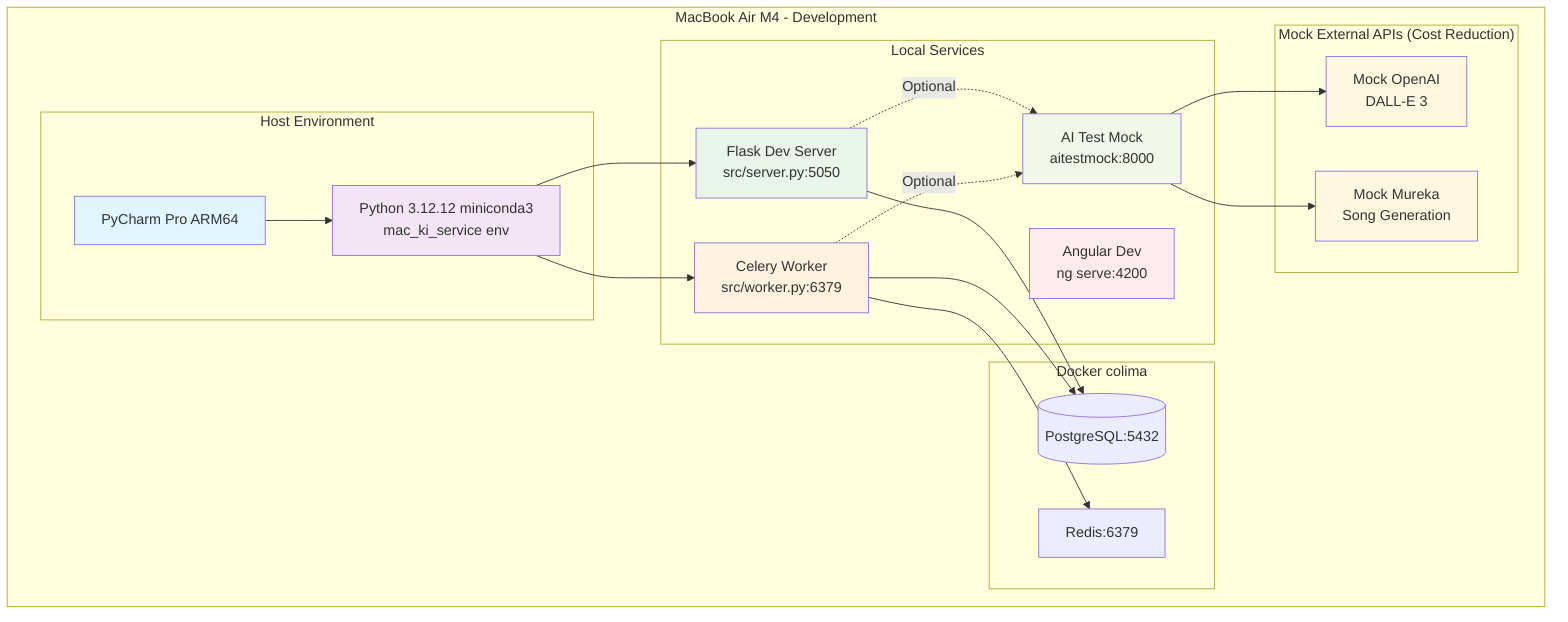
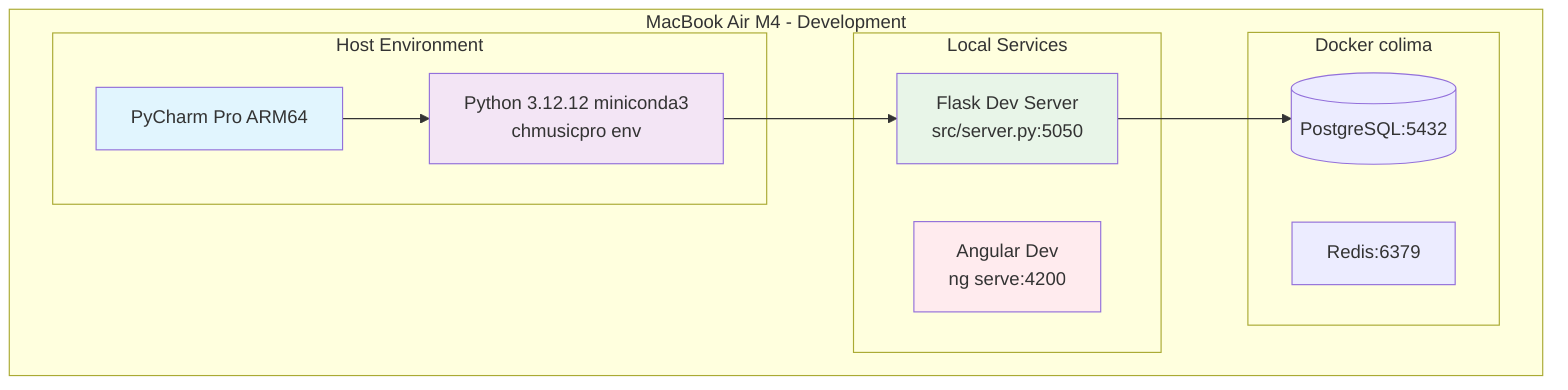
graph TB
    subgraph "MacBook Air M4 - Development"
        subgraph "Host Environment"
            PYCHARM[PyCharm Pro ARM64]
-             PYTHON[Python 3.12.12 miniconda3<br/>mac_ki_service env]
+             PYTHON[Python 3.12.12 miniconda3<br/>chmusicpro env]
        end

        subgraph "Docker colima"
            DEV_PG[(PostgreSQL:5432)]
            DEV_RD[Redis:6379]
        end

        subgraph "Local Services"
            FLASK[Flask Dev Server<br/>src/server.py:5050]
-             CELERY_DEV[Celery Worker<br/>src/worker.py:6379]
            ANGULAR[Angular Dev<br/>ng serve:4200]
-             MOCK[AI Test Mock<br/>aitestmock:8000]
-         end
- 
-         subgraph "Mock External APIs (Cost Reduction)"
-             MOCK_OPENAI[Mock OpenAI<br/>DALL-E 3]
-             MOCK_MUREKA[Mock Mureka<br/>Song Generation]
        end
    end

    PYCHARM --> PYTHON
    PYTHON --> FLASK
-     PYTHON --> CELERY_DEV
    FLASK --> DEV_PG
-     CELERY_DEV --> DEV_PG
-     CELERY_DEV --> DEV_RD
- 
-     FLASK -.->|Optional| MOCK
-     CELERY_DEV -.->|Optional| MOCK
-     MOCK --> MOCK_OPENAI
-     MOCK --> MOCK_MUREKA

    style PYCHARM fill:#e1f5fe
    style PYTHON fill:#f3e5f5
    style FLASK fill:#e8f5e8
-     style CELERY_DEV fill:#fff3e0
    style ANGULAR fill:#ffebee
-     style MOCK fill:#f1f8e9
-     style MOCK_OPENAI fill:#fff8e1
-     style MOCK_MUREKA fill:#fff8e1